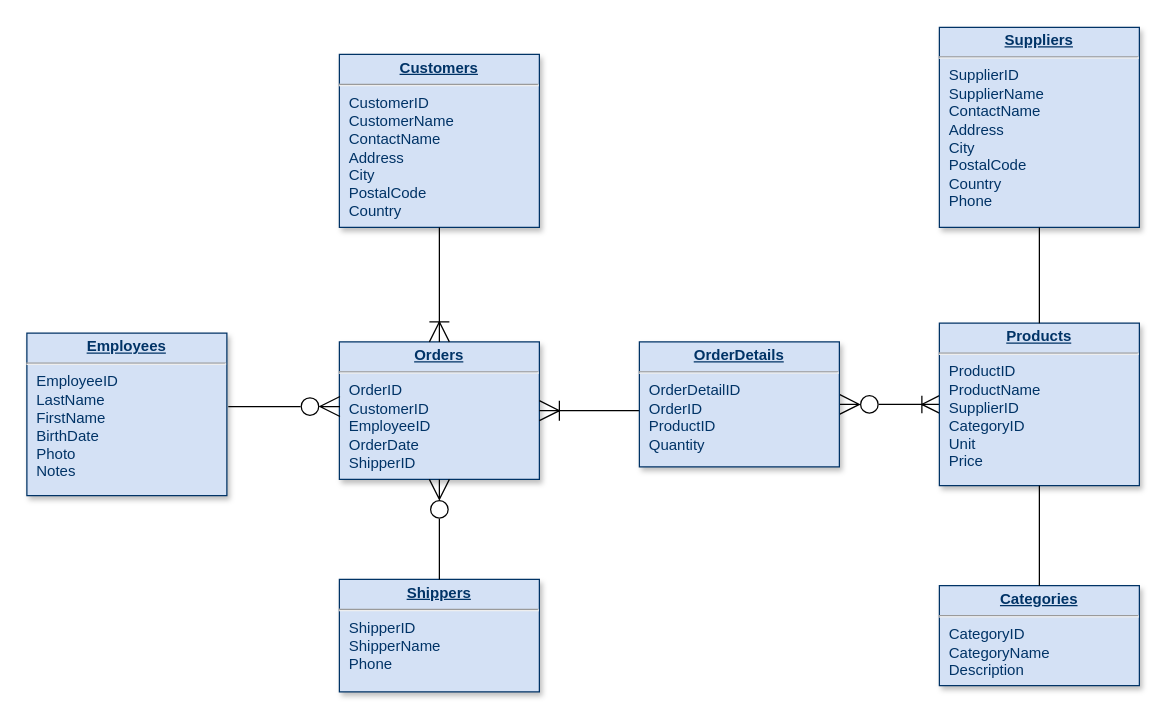
The draw.io diagram Untitled Diagram.drawio in RainerKl/SQL, before the edit. Source tidied: cells renumbered, new cells numbered last; positions are measured from the earlier drawing's top-left corner, leaving out a move shared by most shapes. Both pictures are drawn from the tidied source at 125%, with x=0, y=0 at pixel (26, 26).
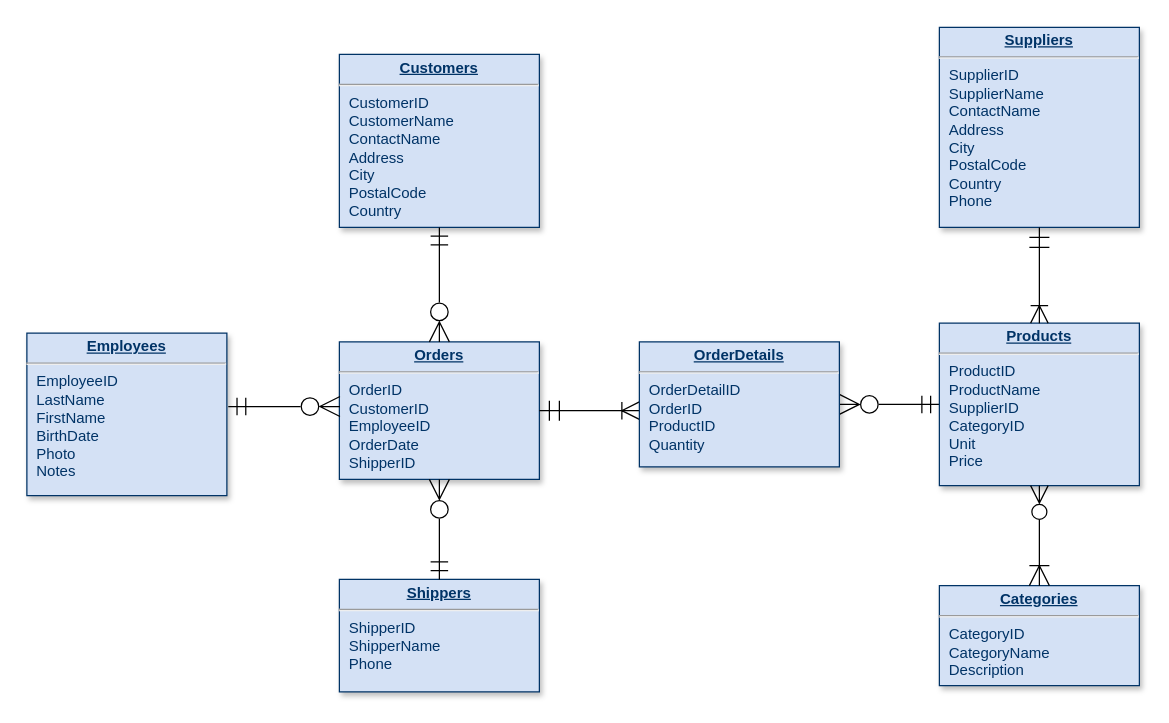
The same page after the edit.

Unchanged cells that the change refers to:
```xml
<mxCell id="2" value="&lt;p style=&quot;margin: 0px ; margin-top: 4px ; text-align: center ; text-decoration: underline&quot;&gt;&lt;b&gt;Employees&lt;/b&gt;&lt;/p&gt;&lt;hr&gt;&lt;p style=&quot;margin: 0px ; margin-left: 8px&quot;&gt;EmployeeID&lt;br&gt;LastName&lt;/p&gt;&lt;p style=&quot;margin: 0px ; margin-left: 8px&quot;&gt;FirstName&lt;/p&gt;&lt;p style=&quot;margin: 0px ; margin-left: 8px&quot;&gt;BirthDate&lt;/p&gt;&lt;p style=&quot;margin: 0px ; margin-left: 8px&quot;&gt;Photo&lt;/p&gt;&lt;p style=&quot;margin: 0px ; margin-left: 8px&quot;&gt;Notes&lt;/p&gt;" style="verticalAlign=top;align=left;overflow=fill;fontSize=12;fontFamily=Helvetica;html=1;strokeColor=#003366;shadow=1;fillColor=#D4E1F5;fontColor=#003366;" parent="1" vertex="1">
  <mxGeometry y="245" width="160" height="130" as="geometry" />
</mxCell>
<mxCell id="3" value="&lt;p style=&quot;margin: 0px ; margin-top: 4px ; text-align: center ; text-decoration: underline&quot;&gt;&lt;b&gt;Shippers&lt;/b&gt;&lt;/p&gt;&lt;hr&gt;&lt;p style=&quot;margin: 0px ; margin-left: 8px&quot;&gt;ShipperID&lt;/p&gt;&lt;p style=&quot;margin: 0px ; margin-left: 8px&quot;&gt;&lt;span&gt;ShipperName&lt;/span&gt;&lt;/p&gt;&lt;p style=&quot;margin: 0px ; margin-left: 8px&quot;&gt;&lt;span&gt;Phone&lt;/span&gt;&lt;/p&gt;" style="verticalAlign=top;align=left;overflow=fill;fontSize=12;fontFamily=Helvetica;html=1;strokeColor=#003366;shadow=1;fillColor=#D4E1F5;fontColor=#003366;" parent="1" vertex="1">
  <mxGeometry x="250" y="442" width="160" height="90" as="geometry" />
</mxCell>
<mxCell id="4" value="&lt;p style=&quot;margin: 0px ; margin-top: 4px ; text-align: center ; text-decoration: underline&quot;&gt;&lt;strong&gt;Customers&lt;/strong&gt;&lt;/p&gt;&lt;hr&gt;&lt;p style=&quot;margin: 0px ; margin-left: 8px&quot;&gt;CustomerID&lt;/p&gt;&lt;p style=&quot;margin: 0px ; margin-left: 8px&quot;&gt;CustomerName&lt;/p&gt;&lt;p style=&quot;margin: 0px ; margin-left: 8px&quot;&gt;ContactName&lt;/p&gt;&lt;p style=&quot;margin: 0px ; margin-left: 8px&quot;&gt;Address&lt;/p&gt;&lt;p style=&quot;margin: 0px ; margin-left: 8px&quot;&gt;City&lt;/p&gt;&lt;p style=&quot;margin: 0px ; margin-left: 8px&quot;&gt;PostalCode&lt;/p&gt;&lt;p style=&quot;margin: 0px ; margin-left: 8px&quot;&gt;Country&lt;/p&gt;" style="verticalAlign=top;align=left;overflow=fill;fontSize=12;fontFamily=Helvetica;html=1;strokeColor=#003366;shadow=1;fillColor=#D4E1F5;fontColor=#003366;" parent="1" vertex="1">
  <mxGeometry x="250" y="22" width="160" height="138.4" as="geometry" />
</mxCell>
<mxCell id="5" value="&lt;p style=&quot;margin: 0px ; margin-top: 4px ; text-align: center ; text-decoration: underline&quot;&gt;&lt;b&gt;Orders&lt;/b&gt;&lt;/p&gt;&lt;hr&gt;&lt;p style=&quot;margin: 0px ; margin-left: 8px&quot;&gt;OrderID&lt;/p&gt;&lt;p style=&quot;margin: 0px ; margin-left: 8px&quot;&gt;CustomerID&lt;/p&gt;&lt;p style=&quot;margin: 0px ; margin-left: 8px&quot;&gt;EmployeeID&lt;/p&gt;&lt;p style=&quot;margin: 0px ; margin-left: 8px&quot;&gt;OrderDate&lt;/p&gt;&lt;p style=&quot;margin: 0px ; margin-left: 8px&quot;&gt;ShipperID&lt;/p&gt;" style="verticalAlign=top;align=left;overflow=fill;fontSize=12;fontFamily=Helvetica;html=1;strokeColor=#003366;shadow=1;fillColor=#D4E1F5;fontColor=#003366;" parent="1" vertex="1">
  <mxGeometry x="250" y="252" width="160" height="110" as="geometry" />
</mxCell>
<mxCell id="9" value="&lt;p style=&quot;margin: 0px ; margin-top: 4px ; text-align: center ; text-decoration: underline&quot;&gt;&lt;b&gt;Suppliers&lt;/b&gt;&lt;/p&gt;&lt;hr&gt;&lt;p style=&quot;margin: 0px ; margin-left: 8px&quot;&gt;SupplierID&lt;/p&gt;&lt;p style=&quot;margin: 0px ; margin-left: 8px&quot;&gt;SupplierName&lt;/p&gt;&lt;p style=&quot;margin: 0px ; margin-left: 8px&quot;&gt;ContactName&lt;/p&gt;&lt;p style=&quot;margin: 0px ; margin-left: 8px&quot;&gt;Address&lt;/p&gt;&lt;p style=&quot;margin: 0px ; margin-left: 8px&quot;&gt;City&lt;/p&gt;&lt;p style=&quot;margin: 0px ; margin-left: 8px&quot;&gt;PostalCode&lt;/p&gt;&lt;p style=&quot;margin: 0px ; margin-left: 8px&quot;&gt;Country&lt;/p&gt;&lt;p style=&quot;margin: 0px ; margin-left: 8px&quot;&gt;Phone&lt;/p&gt;" style="verticalAlign=top;align=left;overflow=fill;fontSize=12;fontFamily=Helvetica;html=1;strokeColor=#003366;shadow=1;fillColor=#D4E1F5;fontColor=#003366;" parent="1" vertex="1">
  <mxGeometry x="730" y="0.4" width="160" height="160" as="geometry" />
</mxCell>
<mxCell id="10" value="&lt;p style=&quot;margin: 0px ; margin-top: 4px ; text-align: center ; text-decoration: underline&quot;&gt;&lt;strong&gt;Products&lt;/strong&gt;&lt;/p&gt;&lt;hr&gt;&lt;p style=&quot;margin: 0px ; margin-left: 8px&quot;&gt;ProductID&lt;/p&gt;&lt;p style=&quot;margin: 0px ; margin-left: 8px&quot;&gt;ProductName&lt;/p&gt;&lt;p style=&quot;margin: 0px ; margin-left: 8px&quot;&gt;SupplierID&lt;/p&gt;&lt;p style=&quot;margin: 0px ; margin-left: 8px&quot;&gt;CategoryID&lt;/p&gt;&lt;p style=&quot;margin: 0px ; margin-left: 8px&quot;&gt;Unit&lt;/p&gt;&lt;p style=&quot;margin: 0px ; margin-left: 8px&quot;&gt;Price&lt;/p&gt;" style="verticalAlign=top;align=left;overflow=fill;fontSize=12;fontFamily=Helvetica;html=1;strokeColor=#003366;shadow=1;fillColor=#D4E1F5;fontColor=#003366;" parent="1" vertex="1">
  <mxGeometry x="730" y="237" width="160" height="130" as="geometry" />
</mxCell>
<mxCell id="13" value="&lt;p style=&quot;margin: 0px ; margin-top: 4px ; text-align: center ; text-decoration: underline&quot;&gt;&lt;b&gt;Categories&lt;/b&gt;&lt;/p&gt;&lt;hr&gt;&lt;p style=&quot;margin: 0px ; margin-left: 8px&quot;&gt;CategoryID&lt;/p&gt;&lt;p style=&quot;margin: 0px ; margin-left: 8px&quot;&gt;CategoryName&lt;/p&gt;&lt;p style=&quot;margin: 0px ; margin-left: 8px&quot;&gt;Description&lt;/p&gt;" style="verticalAlign=top;align=left;overflow=fill;fontSize=12;fontFamily=Helvetica;html=1;strokeColor=#003366;shadow=1;fillColor=#D4E1F5;fontColor=#003366;" parent="1" vertex="1">
  <mxGeometry x="730" y="447" width="160" height="80" as="geometry" />
</mxCell>
<mxCell id="15" value="&lt;p style=&quot;margin: 0px ; margin-top: 4px ; text-align: center ; text-decoration: underline&quot;&gt;&lt;b&gt;OrderDetails&lt;/b&gt;&lt;/p&gt;&lt;hr&gt;&lt;p style=&quot;margin: 0px ; margin-left: 8px&quot;&gt;OrderDetailID&lt;/p&gt;&lt;p style=&quot;margin: 0px ; margin-left: 8px&quot;&gt;OrderID&lt;/p&gt;&lt;p style=&quot;margin: 0px ; margin-left: 8px&quot;&gt;ProductID&lt;/p&gt;&lt;p style=&quot;margin: 0px ; margin-left: 8px&quot;&gt;Quantity&lt;/p&gt;" style="verticalAlign=top;align=left;overflow=fill;fontSize=12;fontFamily=Helvetica;html=1;strokeColor=#003366;shadow=1;fillColor=#D4E1F5;fontColor=#003366;" parent="1" vertex="1">
  <mxGeometry x="490" y="252" width="160" height="100" as="geometry" />
</mxCell>
```

Change to the diagram source:
```diff
@@
-    <mxCell id="6" style="endArrow=none;endSize=12;startArrow=ERoneToMany;startSize=14;startFill=0;edgeStyle=orthogonalEdgeStyle;rounded=0;endFill=0;exitX=1;exitY=0.5;exitDx=0;exitDy=0;" parent="1" edge="1" source="5" target="15">
+    <mxCell id="6" style="endArrow=ERoneToMany;endSize=12;startArrow=ERmandOne;startSize=14;startFill=0;edgeStyle=orthogonalEdgeStyle;rounded=0;endFill=0;exitX=1;exitY=0.5;exitDx=0;exitDy=0;" parent="1" edge="1" source="5" target="15">
       <mxGeometry x="769.4" y="450" as="geometry">
         <Array as="points">
           <mxPoint x="480" y="307" />
           <mxPoint x="480" y="307" />
         </Array>
       </mxGeometry>
     </mxCell>
-    <mxCell id="7" style="endArrow=ERoneToMany;endSize=12;startArrow=ERzeroToMany;startSize=14;startFill=0;edgeStyle=orthogonalEdgeStyle;entryX=0;entryY=0.5;rounded=0;entryDx=0;entryDy=0;endFill=0;exitX=1;exitY=0.5;exitDx=0;exitDy=0;" parent="1" edge="1" source="15" target="10">
+    <mxCell id="7" style="endArrow=ERmandOne;endSize=12;startArrow=ERzeroToMany;startSize=14;startFill=0;edgeStyle=orthogonalEdgeStyle;entryX=0;entryY=0.5;rounded=0;entryDx=0;entryDy=0;endFill=0;exitX=1;exitY=0.5;exitDx=0;exitDy=0;" parent="1" edge="1" source="15" target="10">
       <mxGeometry x="419.4" y="820" as="geometry" />
     </mxCell>
-    <mxCell id="8" style="endArrow=none;endSize=12;startArrow=ERoneToMany;startSize=14;startFill=0;edgeStyle=orthogonalEdgeStyle;endFill=0;entryX=0.5;entryY=1;entryDx=0;entryDy=0;exitX=0.5;exitY=0;exitDx=0;exitDy=0;" parent="1" edge="1" source="5" target="4">
+    <mxCell id="8" style="endArrow=ERmandOne;endSize=12;startArrow=ERzeroToMany;startSize=14;startFill=0;edgeStyle=orthogonalEdgeStyle;endFill=0;entryX=0.5;entryY=1;entryDx=0;entryDy=0;exitX=0.5;exitY=0;exitDx=0;exitDy=0;" parent="1" edge="1" source="5" target="4">
       <mxGeometry x="369.4" y="360" as="geometry">
         <Array as="points">
           <mxPoint x="330" y="202" />
           <mxPoint x="330" y="202" />
         </Array>
       </mxGeometry>
     </mxCell>
@@
-    <mxCell id="11" style="endArrow=none;endSize=12;startArrow=ERzeroToMany;startSize=14;startFill=0;edgeStyle=orthogonalEdgeStyle;entryX=1.007;entryY=0.452;entryDx=0;entryDy=0;entryPerimeter=0;exitX=0.003;exitY=0.47;exitDx=0;exitDy=0;exitPerimeter=0;endFill=0;" parent="1" edge="1" source="5" target="2">
+    <mxCell id="11" style="endArrow=ERmandOne;endSize=12;startArrow=ERzeroToMany;startSize=14;startFill=0;edgeStyle=orthogonalEdgeStyle;entryX=1.007;entryY=0.452;entryDx=0;entryDy=0;entryPerimeter=0;exitX=0.003;exitY=0.47;exitDx=0;exitDy=0;exitPerimeter=0;endFill=0;" parent="1" edge="1" source="5" target="2">
       <mxGeometry x="379.4" y="370" as="geometry" />
     </mxCell>
-    <mxCell id="12" style="endArrow=none;endSize=12;startArrow=ERzeroToMany;startSize=14;startFill=0;edgeStyle=orthogonalEdgeStyle;endFill=0;exitX=0.5;exitY=1;exitDx=0;exitDy=0;entryX=0.5;entryY=0;entryDx=0;entryDy=0;" parent="1" edge="1" source="5" target="3">
+    <mxCell id="12" style="endArrow=ERmandOne;endSize=12;startArrow=ERzeroToMany;startSize=14;startFill=0;edgeStyle=orthogonalEdgeStyle;endFill=0;exitX=0.5;exitY=1;exitDx=0;exitDy=0;entryX=0.5;entryY=0;entryDx=0;entryDy=0;" parent="1" edge="1" source="5" target="3">
       <mxGeometry x="645.4" y="372" as="geometry">
         <Array as="points">
           <mxPoint x="330" y="432" />
           <mxPoint x="330" y="432" />
         </Array>
       </mxGeometry>
     </mxCell>
@@
-    <mxCell id="14" style="endArrow=none;endSize=12;startArrow=none;startSize=14;startFill=0;edgeStyle=orthogonalEdgeStyle;rounded=0;endFill=0;exitX=0.5;exitY=0;exitDx=0;exitDy=0;entryX=0.5;entryY=1;entryDx=0;entryDy=0;" parent="1" edge="1" source="13" target="10">
+    <mxCell id="14" style="endArrow=ERzeroToMany;endSize=12;startArrow=ERoneToMany;startSize=14;startFill=0;edgeStyle=orthogonalEdgeStyle;rounded=0;endFill=0;exitX=0.5;exitY=0;exitDx=0;exitDy=0;entryX=0.5;entryY=1;entryDx=0;entryDy=0;" parent="1" edge="1" source="13" target="10">
       <mxGeometry x="1129.4" y="460" as="geometry" />
     </mxCell>
@@
-    <mxCell id="16" style="endArrow=none;endSize=12;startArrow=none;startSize=14;startFill=0;edgeStyle=orthogonalEdgeStyle;rounded=0;endFill=0;exitX=0.5;exitY=1;exitDx=0;exitDy=0;entryX=0.5;entryY=0;entryDx=0;entryDy=0;" parent="1" edge="1" source="9" target="10">
+    <mxCell id="16" style="endArrow=ERoneToMany;endSize=12;startArrow=ERmandOne;startSize=14;startFill=0;edgeStyle=orthogonalEdgeStyle;rounded=0;endFill=0;exitX=0.5;exitY=1;exitDx=0;exitDy=0;entryX=0.5;entryY=0;entryDx=0;entryDy=0;" parent="1" edge="1" source="9" target="10">
       <mxGeometry x="1010.4" y="460" as="geometry">
         <Array as="points">
           <mxPoint x="810" y="192" />
           <mxPoint x="810" y="192" />
         </Array>
       </mxGeometry>
     </mxCell>
```
